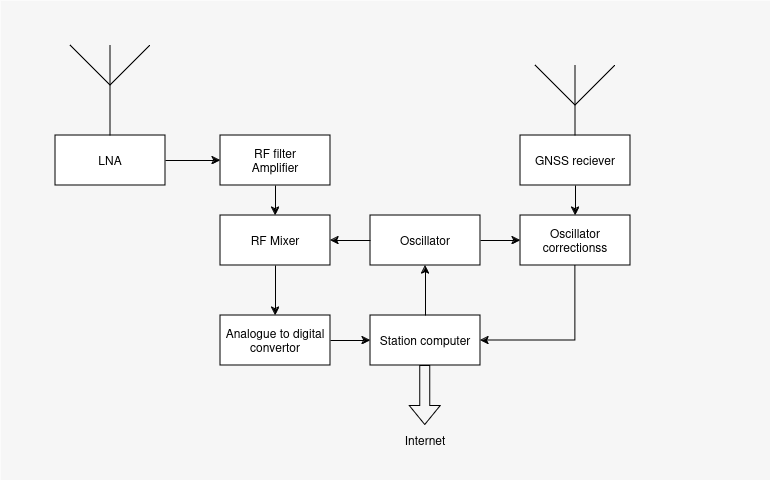
Before: doc/posters/IMC2024/station_diagram.drawio.png, a diagram exported from draw.io (bolidozor/documents). Source tidied: cells renumbered, new cells last; positions are measured from the earlier drawing's top-left corner, leaving out a move shared by most shapes.
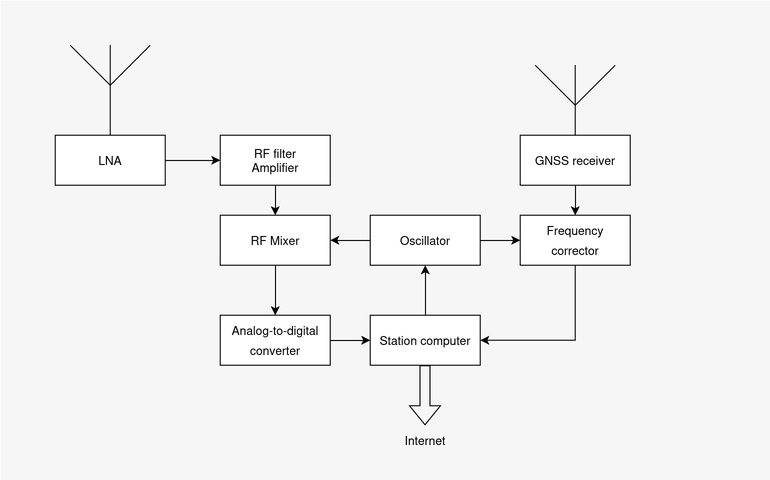
The same diagram one commit later.

Change to the diagram source:
```diff
@@ -20,19 +20,19 @@
     <mxCell id="7" value="&lt;div&gt;RF Mixer&lt;/div&gt;" style="html=1;whiteSpace=wrap;" parent="1" vertex="1">
       <mxGeometry x="220" y="215" width="110" height="50" as="geometry" />
     </mxCell>
-    <mxCell id="8" value="GNSS reciever" style="html=1;whiteSpace=wrap;" parent="1" vertex="1">
+    <mxCell id="8" value="&lt;span class=&quot;x4k7w5x x1h91t0o x1h9r5lt x1jfb8zj xv2umb2 x1beo9mf xaigb6o x12ejxvf x3igimt xarpa2k xedcshv x1lytzrv x1t2pt76 x7ja8zs x1qrby5j&quot;&gt;&lt;div class=&quot;html-div xdj266r x11i5rnm xat24cr x1mh8g0r xexx8yu x4uap5 x18d9i69 xkhd6sd x6ikm8r x10wlt62&quot;&gt;&lt;div class=&quot;html-div xdj266r x11i5rnm xat24cr x1mh8g0r x14ctfv x1okitfd x1k4qllp x6ikm8r x10wlt62 xerhiuh x1pn3fxy x12xxe5f x1szedp3 x1n2onr6 x1vjfegm x1mzt3pk x13faqbe x1xr0vuk x1jm4cbz x1lmq8lz xrrpcnn x1xtl47e x13fuv20 xu3j5b3 x1q0q8m5 x26u7qi x19livfd x2t687o x3p3xfz x5od304 xp5s12f x11ucwad xgtuqic x155c047&quot; role=&quot;presentation&quot;&gt;&lt;span style=&quot;line-height: var(--base-line-clamp-line-height); --base-line-clamp-line-height: 19.9995px;&quot; dir=&quot;auto&quot; class=&quot;x1lliihq x1plvlek xryxfnj x1n2onr6 x193iq5w xeuugli x13faqbe x1vvkbs x1s928wv xhkezso x1gmr53x x1cpjm7i x1fgarty x1943h6x x10flsy6 x6prxxf x1fcty0u xzsf02u x4zkp8e x41vudc xq9mrsl&quot;&gt;&lt;div class=&quot;html-div xexx8yu x4uap5 x18d9i69 xkhd6sd x1gslohp x11i5rnm x12nagc x1mh8g0r x1yc453h x126k92a x18lvrbx&quot; dir=&quot;auto&quot;&gt;GNSS receiver&lt;/div&gt;&lt;/span&gt;&lt;/div&gt;&lt;/div&gt;&lt;/span&gt;" style="html=1;whiteSpace=wrap;" parent="1" vertex="1">
       <mxGeometry x="520" y="135" width="110" height="50" as="geometry" />
     </mxCell>
     <mxCell id="9" value="Oscillator" style="html=1;whiteSpace=wrap;" parent="1" vertex="1">
       <mxGeometry x="370" y="215" width="110" height="50" as="geometry" />
     </mxCell>
-    <mxCell id="10" value="Oscillator correctionss" style="html=1;whiteSpace=wrap;" parent="1" vertex="1">
+    <mxCell id="10" value="&lt;span class=&quot;x4k7w5x x1h91t0o x1h9r5lt x1jfb8zj xv2umb2 x1beo9mf xaigb6o x12ejxvf x3igimt xarpa2k xedcshv x1lytzrv x1t2pt76 x7ja8zs x1qrby5j&quot;&gt;&lt;span style=&quot;line-height: var(--base-line-clamp-line-height); --base-line-clamp-line-height: 19.9995px;&quot; dir=&quot;auto&quot; class=&quot;x1lliihq x1plvlek xryxfnj x1n2onr6 x193iq5w xeuugli x13faqbe x1vvkbs x1s928wv xhkezso x1gmr53x x1cpjm7i x1fgarty x1943h6x x10flsy6 x6prxxf x1fcty0u xzsf02u x4zkp8e x41vudc xq9mrsl&quot;&gt;Frequency&lt;br&gt;corrector&lt;/span&gt;&lt;/span&gt;" style="html=1;whiteSpace=wrap;" parent="1" vertex="1">
       <mxGeometry x="520" y="215" width="110" height="50" as="geometry" />
     </mxCell>
     <mxCell id="11" value="Station computer" style="html=1;whiteSpace=wrap;" parent="1" vertex="1">
       <mxGeometry x="370" y="315" width="110" height="50" as="geometry" />
     </mxCell>
-    <mxCell id="12" value="Analogue to digital convertor" style="html=1;whiteSpace=wrap;" parent="1" vertex="1">
+    <mxCell id="12" value="&lt;span class=&quot;x4k7w5x x1h91t0o x1h9r5lt x1jfb8zj xv2umb2 x1beo9mf xaigb6o x12ejxvf x3igimt xarpa2k xedcshv x1lytzrv x1t2pt76 x7ja8zs x1qrby5j&quot;&gt;&lt;div class=&quot;html-div xdj266r x11i5rnm xat24cr x1mh8g0r xexx8yu x4uap5 x18d9i69 xkhd6sd x6ikm8r x10wlt62&quot;&gt;&lt;div class=&quot;html-div xdj266r x11i5rnm xat24cr x1mh8g0r x14ctfv x1okitfd x1k4qllp x6ikm8r x10wlt62 xerhiuh x1pn3fxy x12xxe5f x1szedp3 x1n2onr6 x1vjfegm x1mzt3pk x13faqbe x1xr0vuk x1jm4cbz x1lmq8lz xrrpcnn x1xtl47e x13fuv20 xu3j5b3 x1q0q8m5 x26u7qi x19livfd x2t687o x3p3xfz x5od304 xp5s12f x11ucwad xgtuqic x155c047&quot; role=&quot;presentation&quot;&gt;&lt;span style=&quot;line-height: var(--base-line-clamp-line-height); --base-line-clamp-line-height: 19.9995px;&quot; dir=&quot;auto&quot; class=&quot;x1lliihq x1plvlek xryxfnj x1n2onr6 x193iq5w xeuugli x13faqbe x1vvkbs x1s928wv xhkezso x1gmr53x x1cpjm7i x1fgarty x1943h6x x10flsy6 x6prxxf x1fcty0u xzsf02u x4zkp8e x41vudc xq9mrsl&quot;&gt;&lt;div class=&quot;html-div xexx8yu x4uap5 x18d9i69 xkhd6sd x1gslohp x11i5rnm x12nagc x1mh8g0r x1yc453h x126k92a x18lvrbx&quot; dir=&quot;auto&quot;&gt;Analog-to-digital converter&lt;/div&gt;&lt;/span&gt;&lt;/div&gt;&lt;/div&gt;&lt;/span&gt;" style="html=1;whiteSpace=wrap;" parent="1" vertex="1">
       <mxGeometry x="220" y="315" width="110" height="50" as="geometry" />
     </mxCell>
     <mxCell id="13" style="endArrow=classic;html=1;rounded=0;exitX=1;exitY=0.5;exitDx=0;exitDy=0;entryX=0;entryY=0.5;entryDx=0;entryDy=0;" parent="1" edge="1" source="5" target="6">
```
